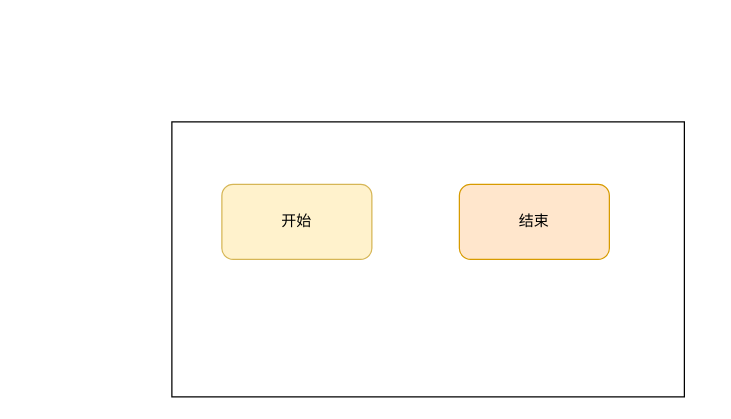
Above: 流程图.drawio in messi122/picture (draw.io), before the change. Source tidied: cells renumbered, new cells numbered last; positions are measured from the earlier drawing's top-left corner, leaving out a move shared by most shapes. Both pictures are drawn from the tidied source at 125%, with x=0, y=0 at pixel (171, 121).
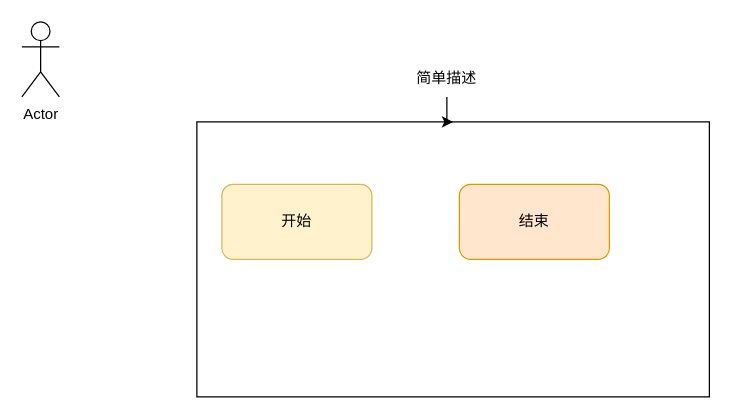
The same diagram, later.

Commit message:
更新流程图.drawio

The edit, as a diff of the source:
```diff
@@
 <mxGraphModel>
   <root>
     <mxCell id="0" />
     <mxCell id="1" parent="0" />
     <mxCell id="2" style="rounded=0;whiteSpace=wrap;html=1;" parent="1" vertex="1">
-      <mxGeometry width="410" height="220" as="geometry" />
+      <mxGeometry x="20" width="410" height="220" as="geometry" />
     </mxCell>
     <mxCell id="3" value="开始" style="rounded=1;whiteSpace=wrap;html=1;fillColor=#fff2cc;strokeColor=#d6b656;" parent="1" vertex="1">
       <mxGeometry x="40" y="50" width="120" height="60" as="geometry" />
     </mxCell>
     <mxCell id="4" value="结束" style="rounded=1;whiteSpace=wrap;html=1;fillColor=#ffe6cc;strokeColor=#d79b00;" parent="1" vertex="1">
       <mxGeometry x="230" y="50" width="120" height="60" as="geometry" />
     </mxCell>
+    <mxCell id="5" value="Actor" style="shape=umlActor;verticalLabelPosition=bottom;verticalAlign=top;html=1;" parent="1" vertex="1">
+      <mxGeometry x="-120" y="-80" width="30" height="60" as="geometry" />
+    </mxCell>
+    <mxCell id="6" style="edgeStyle=orthogonalEdgeStyle;rounded=0;jettySize=auto;html=1;" parent="1" edge="1" source="7" target="2">
+      <mxGeometry relative="1" as="geometry" />
+    </mxCell>
+    <mxCell id="7" value="简单描述" style="text;html=1;align=center;verticalAlign=middle;whiteSpace=wrap;rounded=0;" parent="1" vertex="1">
+      <mxGeometry x="190" y="-50" width="60" height="30" as="geometry" />
+    </mxCell>
   </root>
 </mxGraphModel>
```
